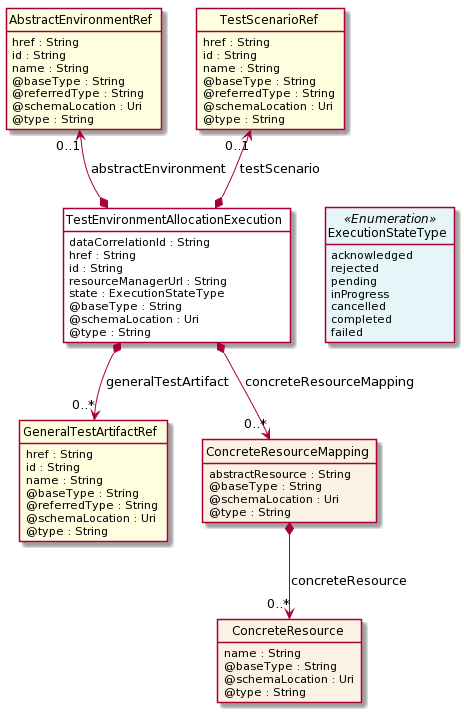
Earlier version of the PlantUML export apis/TMF708_Test_Execution/documentation/diagrams/Resource_TestEnvironmentAllocationExecution.png (tmforum-apis/Open_Api_And_Data_Model).
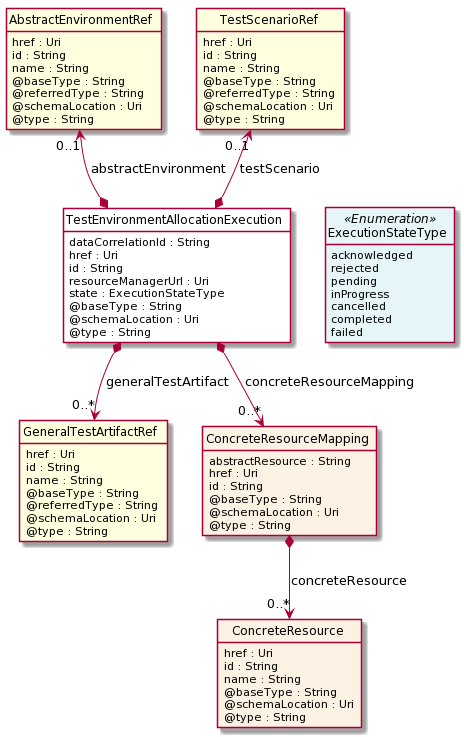
The same diagram one commit later.

Diff of the diagram source:
```diff
@@ -12,9 +12,9 @@
 
 class TestEnvironmentAllocationExecution  <<Pivot>> {
     dataCorrelationId : String
-    href : String
+    href : Uri
     id : String
-    resourceManagerUrl : String
+    resourceManagerUrl : Uri
     state : ExecutionStateType
     @baseType : String
     @schemaLocation : Uri
@@ -32,7 +32,7 @@
 }
 
 class GeneralTestArtifactRef  <<Ref>> {
-    href : String
+    href : Uri
     id : String
     name : String
     @baseType : String
@@ -42,7 +42,7 @@
 }
 
 class AbstractEnvironmentRef  <<Ref>> {
-    href : String
+    href : Uri
     id : String
     name : String
     @baseType : String
@@ -52,7 +52,7 @@
 }
 
 class TestScenarioRef  <<Ref>> {
-    href : String
+    href : Uri
     id : String
     name : String
     @baseType : String
@@ -63,12 +63,16 @@
 
 class ConcreteResourceMapping  {
     abstractResource : String
+    href : Uri
+    id : String
     @baseType : String
     @schemaLocation : Uri
     @type : String
 }
 
 class ConcreteResource  {
+    href : Uri
+    id : String
     name : String
     @baseType : String
     @schemaLocation : Uri
```
